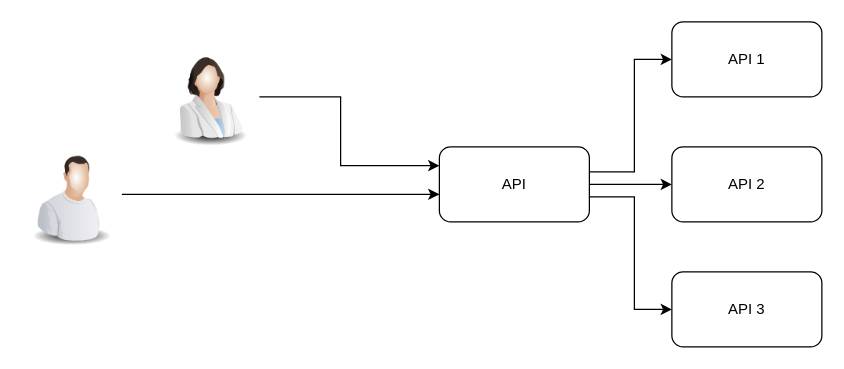
The draw.io diagram async.drawio in hdakhli/diagrams, before the edit. Source tidied: cells renumbered, new cells numbered last; positions are measured from the earlier drawing's top-left corner, leaving out a move shared by most shapes. Both pictures are drawn from the tidied source at 125%, with x=0, y=0 at pixel (21, 21).
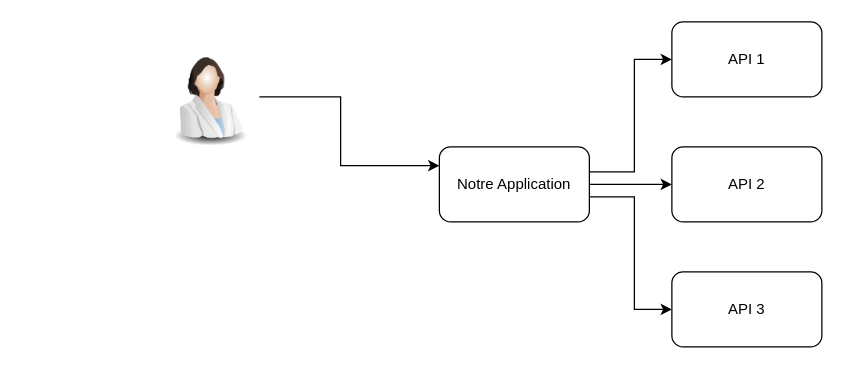
After the change.

Change to the diagram source:
```diff
@@
-    <mxCell id="7" value="API" style="rounded=1;whiteSpace=wrap;html=1;" parent="1" vertex="1">
+    <mxCell id="7" value="Notre Application" style="rounded=1;whiteSpace=wrap;html=1;" parent="1" vertex="1">
       <mxGeometry x="334" y="100" width="120" height="60" as="geometry" />
     </mxCell>
@@
-    <mxCell id="11" style="edgeStyle=orthogonalEdgeStyle;rounded=0;jettySize=auto;html=1;entryX=0;entryY=0.633;entryDx=0;entryDy=0;entryPerimeter=0;" parent="1" edge="1" source="12" target="7">
-      <mxGeometry relative="1" as="geometry">
-        <Array as="points">
-          <mxPoint x="190" y="138" />
-          <mxPoint x="190" y="138" />
-        </Array>
-      </mxGeometry>
-    </mxCell>
-    <mxCell id="12" style="image;html=1;image=img/lib/clip_art/people/Worker_Man_128x128.png;" parent="1" vertex="1">
-      <mxGeometry y="100" width="80" height="80" as="geometry" />
-    </mxCell>
```
